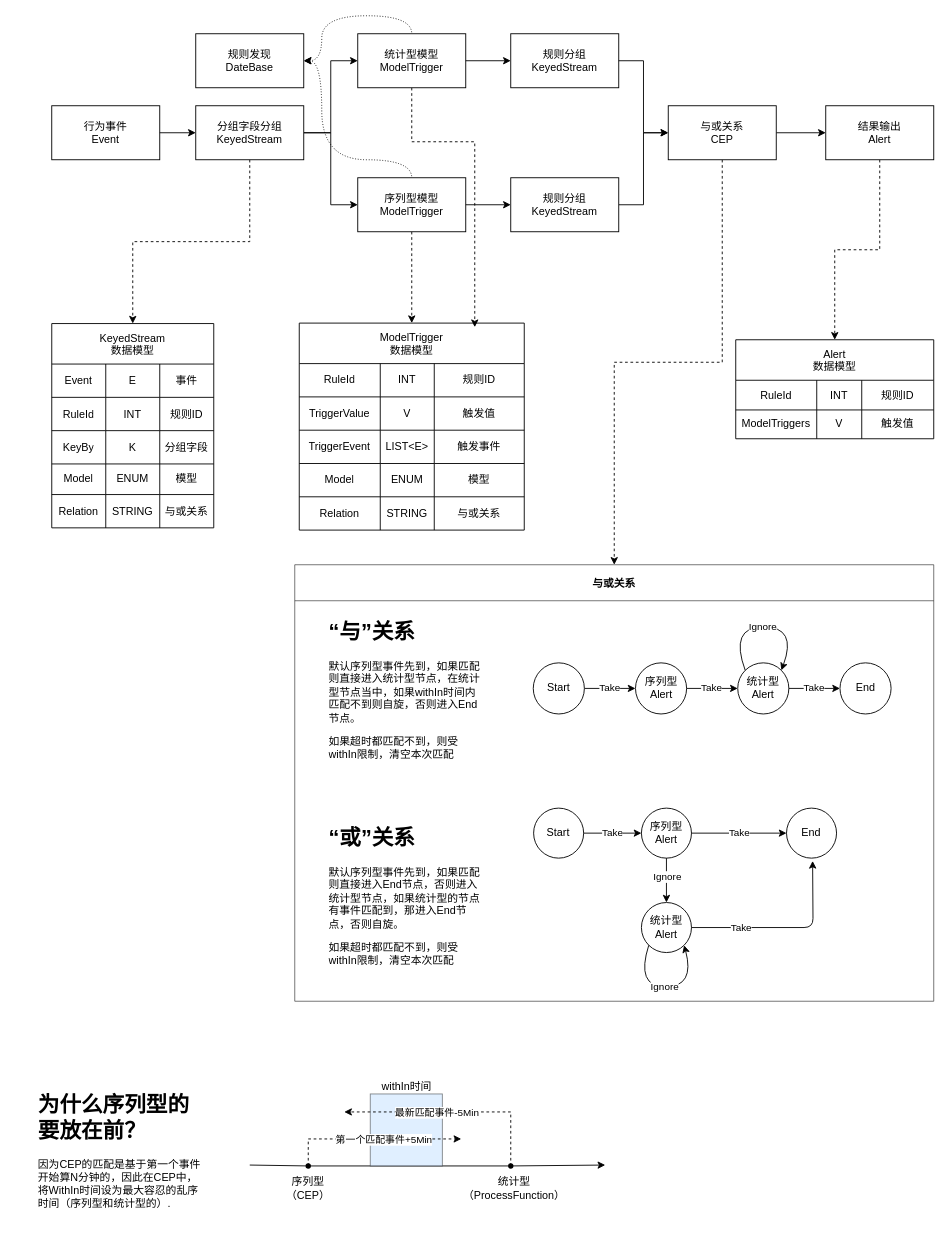
pengmide/draw keeps this draw.io diagram as cep.drawio. Above is the earlier version. Source tidied: cells renumbered, new cells numbered last; positions are measured from the earlier drawing's top-left corner, leaving out a move shared by most shapes. Both pictures are drawn from the tidied source at 90%, with x=0, y=0 at pixel (33, 15).
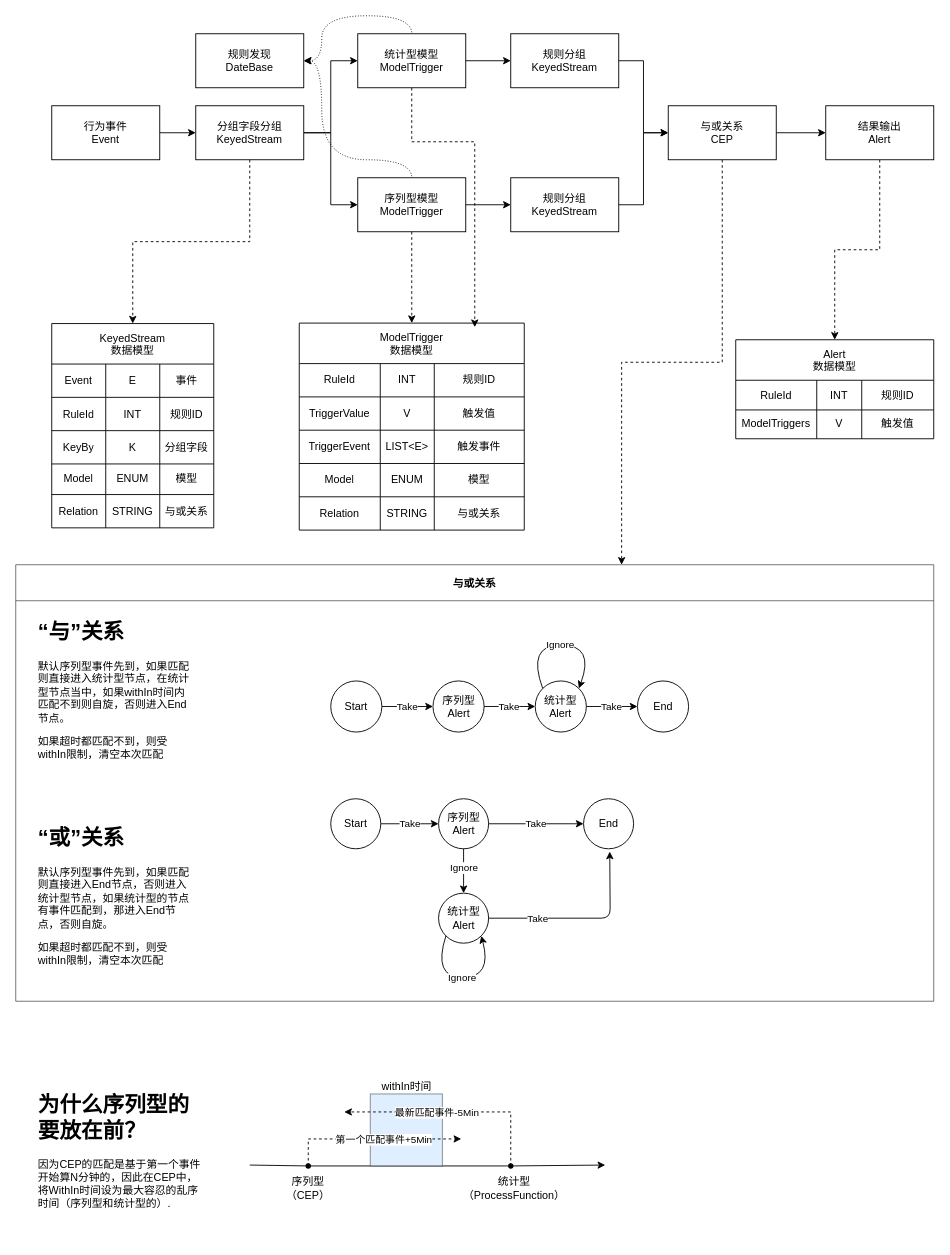
Above is the later version.

Unchanged cells that the change refers to:
```xml
<mxCell id="78" style="group;rounded=0;glass=0;shadow=0;sketch=0;fillColor=none;" parent="1" vertex="1">
  <mxGeometry x="290" y="630" width="710" height="465" as="geometry" />
</mxCell>
<mxCell id="107" value="与或关系&lt;br&gt;CEP" style="rounded=0;whiteSpace=wrap;html=1;" parent="1" vertex="1">
  <mxGeometry x="705" y="100" width="120" height="60" as="geometry" />
</mxCell>
```

Diff of the diagram source:
```diff
@@
-    <mxCell id="79" style="group;" parent="78" vertex="1">
-      <mxGeometry x="33.1" y="35" width="629.5" height="414" as="geometry" />
-    </mxCell>
+    <mxCell id="100" value="与或关系" style="swimlane;opacity=60;startSize=40;swimlaneHead=1;" parent="78" vertex="1">
+      <mxGeometry x="-310" y="-20" width="1020" height="485" as="geometry" />
+    </mxCell>
+    <mxCell id="99" value="&lt;h1&gt;“与”关系&lt;/h1&gt;&lt;p&gt;默认序列型事件先到，如果匹配则直接进入统计型节点，在统计型节点当中，如果withIn时间内匹配不到则自旋，否则进入End节点。&lt;/p&gt;&lt;p&gt;&lt;span&gt;如果超时都匹配不到，则受withIn限制，清空本次匹配&lt;/span&gt;&lt;/p&gt;" style="text;html=1;strokeColor=none;fillColor=none;spacing=5;spacingTop=-20;whiteSpace=wrap;overflow=hidden;rounded=0;opacity=60;" parent="100" vertex="1">
+      <mxGeometry x="20" y="55" width="179.9" height="165" as="geometry" />
+    </mxCell>
-    <mxCell id="80" value="&lt;h1&gt;“或”关系&lt;/h1&gt;&lt;p&gt;默认序列型事件先到，如果匹配则直接进入End节点，否则进入统计型节点，如果统计型的节点有事件匹配到，那进入End节点，否则自旋。&lt;/p&gt;&lt;p&gt;&lt;span&gt;如果超时都匹配不到，则受withIn限制，清空本次匹配&lt;/span&gt;&lt;/p&gt;" style="text;html=1;strokeColor=none;fillColor=none;spacing=5;spacingTop=-20;whiteSpace=wrap;overflow=hidden;rounded=0;opacity=60;" parent="79" vertex="1">
-      <mxGeometry y="229" width="179.9" height="165" as="geometry" />
+    <mxCell id="80" value="&lt;h1&gt;“或”关系&lt;/h1&gt;&lt;p&gt;默认序列型事件先到，如果匹配则直接进入End节点，否则进入统计型节点，如果统计型的节点有事件匹配到，那进入End节点，否则自旋。&lt;/p&gt;&lt;p&gt;&lt;span&gt;如果超时都匹配不到，则受withIn限制，清空本次匹配&lt;/span&gt;&lt;/p&gt;" style="text;html=1;strokeColor=none;fillColor=none;spacing=5;spacingTop=-20;whiteSpace=wrap;overflow=hidden;rounded=0;opacity=60;" parent="100" vertex="1">
+      <mxGeometry x="20" y="284" width="179.9" height="165" as="geometry" />
     </mxCell>
+    <mxCell id="119" style="group;" parent="100" vertex="1">
+      <mxGeometry x="350" y="89.1" width="397.6" height="96.8" as="geometry" />
+    </mxCell>
+    <mxCell id="90" value="序列型&lt;br&gt;Alert" style="ellipse;whiteSpace=wrap;html=1;rounded=0;shadow=0;comic=0;sketch=0;startSize=0;fillColor=default;gradientColor=none;" parent="119" vertex="1">
+      <mxGeometry x="113.6" y="40" width="56.8" height="56.8" as="geometry" />
+    </mxCell>
+    <mxCell id="91" value="Take" style="edgeStyle=orthogonalEdgeStyle;curved=0;rounded=1;sketch=0;jettySize=auto;html=1;exitX=1;exitY=0.5;exitDx=0;exitDy=0;" parent="119" edge="1" source="92" target="90">
+      <mxGeometry relative="1" as="geometry" />
+    </mxCell>
+    <mxCell id="92" value="Start" style="ellipse;whiteSpace=wrap;html=1;rounded=0;shadow=0;comic=0;sketch=0;startSize=0;fillColor=default;gradientColor=none;" parent="119" vertex="1">
+      <mxGeometry y="40" width="56.8" height="56.8" as="geometry" />
+    </mxCell>
+    <mxCell id="93" value="统计型&lt;br&gt;Alert" style="ellipse;whiteSpace=wrap;html=1;rounded=0;shadow=0;comic=0;sketch=0;startSize=0;fillColor=default;gradientColor=none;" parent="119" vertex="1">
+      <mxGeometry x="227.2" y="40" width="56.8" height="56.8" as="geometry" />
+    </mxCell>
+    <mxCell id="94" value="Take" style="edgeStyle=orthogonalEdgeStyle;curved=0;rounded=1;sketch=0;jettySize=auto;html=1;" parent="119" edge="1" source="90" target="93">
+      <mxGeometry relative="1" as="geometry" />
+    </mxCell>
+    <mxCell id="95" value="End" style="ellipse;whiteSpace=wrap;html=1;rounded=0;shadow=0;comic=0;sketch=0;startSize=0;fillColor=default;gradientColor=none;" parent="119" vertex="1">
+      <mxGeometry x="340.8" y="40" width="56.8" height="56.8" as="geometry" />
+    </mxCell>
+    <mxCell id="96" value="Take" style="edgeStyle=orthogonalEdgeStyle;curved=0;rounded=1;sketch=0;jettySize=auto;html=1;" parent="119" edge="1" source="93" target="95">
+      <mxGeometry relative="1" as="geometry" />
+    </mxCell>
+    <mxCell id="97" value="Ignore" style="curved=1;endArrow=classic;html=1;rounded=0;exitX=0;exitY=0;exitDx=0;exitDy=0;entryX=1;entryY=0;entryDx=0;entryDy=0;" parent="119" edge="1" source="93" target="93">
+      <mxGeometry relative="1" as="geometry">
+        <Array as="points">
+          <mxPoint x="217.7" />
+          <mxPoint x="293.5" />
+        </Array>
+      </mxGeometry>
+    </mxCell>
+    <mxCell id="120" style="group;" parent="100" vertex="1">
+      <mxGeometry x="350" y="260" width="336.5" height="198.6" as="geometry" />
+    </mxCell>
-    <mxCell id="81" value="序列型&lt;br&gt;Alert" style="ellipse;whiteSpace=wrap;html=1;rounded=0;shadow=0;comic=0;sketch=0;startSize=0;fillColor=default;gradientColor=none;" parent="79" vertex="1">
-      <mxGeometry x="352.1" y="215.4" width="55.6" height="55.6" as="geometry" />
+    <mxCell id="81" value="序列型&lt;br&gt;Alert" style="ellipse;whiteSpace=wrap;html=1;rounded=0;shadow=0;comic=0;sketch=0;startSize=0;fillColor=default;gradientColor=none;" parent="120" vertex="1">
+      <mxGeometry x="119.8" width="55.6" height="55.6" as="geometry" />
     </mxCell>
-    <mxCell id="82" value="Take" style="edgeStyle=orthogonalEdgeStyle;curved=0;rounded=1;sketch=0;jettySize=auto;html=1;exitX=1;exitY=0.5;exitDx=0;exitDy=0;" parent="79" edge="1" source="83" target="81">
+    <mxCell id="82" value="Take" style="edgeStyle=orthogonalEdgeStyle;curved=0;rounded=1;sketch=0;jettySize=auto;html=1;exitX=1;exitY=0.5;exitDx=0;exitDy=0;" parent="120" edge="1" source="83" target="81">
       <mxGeometry relative="1" as="geometry" />
     </mxCell>
-    <mxCell id="83" value="Start" style="ellipse;whiteSpace=wrap;html=1;rounded=0;shadow=0;comic=0;sketch=0;startSize=0;fillColor=default;gradientColor=none;" parent="79" vertex="1">
-      <mxGeometry x="232.3" y="215.4" width="55.6" height="55.6" as="geometry" />
+    <mxCell id="83" value="Start" style="ellipse;whiteSpace=wrap;html=1;rounded=0;shadow=0;comic=0;sketch=0;startSize=0;fillColor=default;gradientColor=none;" parent="120" vertex="1">
+      <mxGeometry width="55.6" height="55.6" as="geometry" />
     </mxCell>
-    <mxCell id="84" value="统计型&lt;br&gt;Alert" style="ellipse;whiteSpace=wrap;html=1;rounded=0;shadow=0;comic=0;sketch=0;startSize=0;fillColor=default;gradientColor=none;" parent="79" vertex="1">
-      <mxGeometry x="352.1" y="320.3" width="55.6" height="55.6" as="geometry" />
+    <mxCell id="84" value="统计型&lt;br&gt;Alert" style="ellipse;whiteSpace=wrap;html=1;rounded=0;shadow=0;comic=0;sketch=0;startSize=0;fillColor=default;gradientColor=none;" parent="120" vertex="1">
+      <mxGeometry x="119.8" y="104.9" width="55.6" height="55.6" as="geometry" />
     </mxCell>
-    <mxCell id="85" value="End" style="ellipse;whiteSpace=wrap;html=1;rounded=0;shadow=0;comic=0;sketch=0;startSize=0;fillColor=default;gradientColor=none;" parent="79" vertex="1">
-      <mxGeometry x="513.3" y="215.4" width="55.6" height="55.6" as="geometry" />
+    <mxCell id="85" value="End" style="ellipse;whiteSpace=wrap;html=1;rounded=0;shadow=0;comic=0;sketch=0;startSize=0;fillColor=default;gradientColor=none;" parent="120" vertex="1">
+      <mxGeometry x="280.9" width="55.6" height="55.6" as="geometry" />
     </mxCell>
-    <mxCell id="86" value="Take" style="edgeStyle=orthogonalEdgeStyle;jettySize=auto;html=1;entryX=0;entryY=0.5;entryDx=0;entryDy=0;rounded=0;" parent="79" edge="1" source="81" target="85">
+    <mxCell id="86" value="Take" style="edgeStyle=orthogonalEdgeStyle;jettySize=auto;html=1;entryX=0;entryY=0.5;entryDx=0;entryDy=0;rounded=0;" parent="120" edge="1" source="81" target="85">
       <mxGeometry relative="1" as="geometry" />
     </mxCell>
-    <mxCell id="87" value="Take" style="edgeStyle=orthogonalEdgeStyle;curved=0;rounded=1;sketch=0;jettySize=auto;html=1;exitX=1;exitY=0.5;exitDx=0;exitDy=0;" parent="79" edge="1" source="84">
+    <mxCell id="87" value="Take" style="edgeStyle=orthogonalEdgeStyle;curved=0;rounded=1;sketch=0;jettySize=auto;html=1;exitX=1;exitY=0.5;exitDx=0;exitDy=0;" parent="120" edge="1" source="84">
       <mxGeometry x="-0.47" relative="1" as="geometry">
-        <mxPoint x="542.3" y="274.1" as="targetPoint" />
+        <mxPoint x="310" y="58.7" as="targetPoint" />
       </mxGeometry>
     </mxCell>
-    <mxCell id="88" style="endArrow=classic;html=1;rounded=0;exitX=0.5;exitY=1;exitDx=0;exitDy=0;entryX=0.5;entryY=0;entryDx=0;entryDy=0;" parent="79" edge="1" source="81" target="84">
+    <mxCell id="88" style="endArrow=classic;html=1;rounded=0;exitX=0.5;exitY=1;exitDx=0;exitDy=0;entryX=0.5;entryY=0;entryDx=0;entryDy=0;" parent="120" edge="1" source="81" target="84">
       <mxGeometry relative="1" as="geometry" />
     </mxCell>
@@
-    <mxCell id="90" value="序列型&lt;br&gt;Alert" style="ellipse;whiteSpace=wrap;html=1;rounded=0;shadow=0;comic=0;sketch=0;startSize=0;fillColor=default;gradientColor=none;" parent="79" vertex="1">
-      <mxGeometry x="345.5" y="54" width="56.8" height="56.8" as="geometry" />
-    </mxCell>
-    <mxCell id="91" value="Take" style="edgeStyle=orthogonalEdgeStyle;curved=0;rounded=1;sketch=0;jettySize=auto;html=1;exitX=1;exitY=0.5;exitDx=0;exitDy=0;" parent="79" edge="1" source="92" target="90">
-      <mxGeometry relative="1" as="geometry" />
-    </mxCell>
-    <mxCell id="92" value="Start" style="ellipse;whiteSpace=wrap;html=1;rounded=0;shadow=0;comic=0;sketch=0;startSize=0;fillColor=default;gradientColor=none;" parent="79" vertex="1">
-      <mxGeometry x="231.9" y="54" width="56.8" height="56.8" as="geometry" />
-    </mxCell>
-    <mxCell id="93" value="统计型&lt;br&gt;Alert" style="ellipse;whiteSpace=wrap;html=1;rounded=0;shadow=0;comic=0;sketch=0;startSize=0;fillColor=default;gradientColor=none;" parent="79" vertex="1">
-      <mxGeometry x="459.1" y="54" width="56.8" height="56.8" as="geometry" />
-    </mxCell>
-    <mxCell id="94" value="Take" style="edgeStyle=orthogonalEdgeStyle;curved=0;rounded=1;sketch=0;jettySize=auto;html=1;" parent="79" edge="1" source="90" target="93">
-      <mxGeometry relative="1" as="geometry" />
-    </mxCell>
-    <mxCell id="95" value="End" style="ellipse;whiteSpace=wrap;html=1;rounded=0;shadow=0;comic=0;sketch=0;startSize=0;fillColor=default;gradientColor=none;" parent="79" vertex="1">
-      <mxGeometry x="572.7" y="54" width="56.8" height="56.8" as="geometry" />
-    </mxCell>
-    <mxCell id="96" value="Take" style="edgeStyle=orthogonalEdgeStyle;curved=0;rounded=1;sketch=0;jettySize=auto;html=1;" parent="79" edge="1" source="93" target="95">
-      <mxGeometry relative="1" as="geometry" />
-    </mxCell>
-    <mxCell id="97" value="Ignore" style="curved=1;endArrow=classic;html=1;rounded=0;exitX=0;exitY=0;exitDx=0;exitDy=0;entryX=1;entryY=0;entryDx=0;entryDy=0;" parent="79" edge="1" source="93" target="93">
-      <mxGeometry relative="1" as="geometry">
-        <Array as="points">
-          <mxPoint x="449.7" y="14" />
-          <mxPoint x="525.4" y="14" />
-        </Array>
-      </mxGeometry>
-    </mxCell>
-    <mxCell id="98" value="Ignore" style="curved=1;endArrow=classic;html=1;rounded=0;exitX=0;exitY=1;exitDx=0;exitDy=0;entryX=1;entryY=1;entryDx=0;entryDy=0;" parent="79" edge="1" source="84" target="84">
+    <mxCell id="98" value="Ignore" style="curved=1;endArrow=classic;html=1;rounded=0;exitX=0;exitY=1;exitDx=0;exitDy=0;entryX=1;entryY=1;entryDx=0;entryDy=0;" parent="120" edge="1" source="84" target="84">
       <mxGeometry relative="1" as="geometry">
         <Array as="points">
-          <mxPoint x="345.5" y="414" />
-          <mxPoint x="411.8" y="414" />
+          <mxPoint x="113.2" y="198.6" />
+          <mxPoint x="179.5" y="198.6" />
         </Array>
       </mxGeometry>
     </mxCell>
-    <mxCell id="99" value="&lt;h1&gt;“与”关系&lt;/h1&gt;&lt;p&gt;默认序列型事件先到，如果匹配则直接进入统计型节点，在统计型节点当中，如果withIn时间内匹配不到则自旋，否则进入End节点。&lt;/p&gt;&lt;p&gt;&lt;span&gt;如果超时都匹配不到，则受withIn限制，清空本次匹配&lt;/span&gt;&lt;/p&gt;" style="text;html=1;strokeColor=none;fillColor=none;spacing=5;spacingTop=-20;whiteSpace=wrap;overflow=hidden;rounded=0;opacity=60;" parent="79" vertex="1">
-      <mxGeometry width="179.9" height="165" as="geometry" />
-    </mxCell>
-    <mxCell id="100" value="与或关系" style="swimlane;opacity=60;startSize=40;swimlaneHead=1;" parent="78" vertex="1">
-      <mxGeometry y="-20" width="710" height="485" as="geometry" />
-    </mxCell>
-    <mxCell id="101" style="edgeStyle=orthogonalEdgeStyle;rounded=0;jettySize=auto;html=1;exitX=0.5;exitY=1;exitDx=0;exitDy=0;entryX=0.5;entryY=0;entryDx=0;entryDy=0;dashed=1;" parent="1" edge="1" source="107" target="100">
+    <mxCell id="101" style="edgeStyle=orthogonalEdgeStyle;rounded=0;jettySize=auto;html=1;exitX=0.5;exitY=1;exitDx=0;exitDy=0;entryX=0.66;entryY=0;entryDx=0;entryDy=0;dashed=1;entryPerimeter=0;" parent="1" edge="1" source="107" target="100">
       <mxGeometry relative="1" as="geometry" />
     </mxCell>
```
